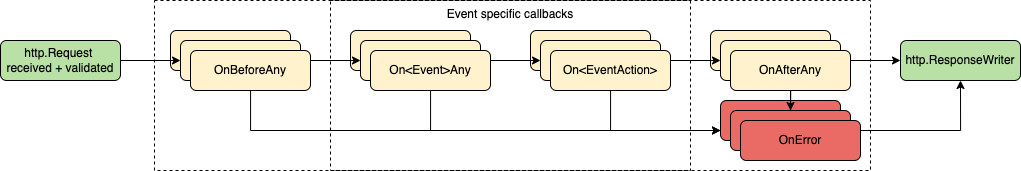
cbrgm/githubevents keeps this draw.io diagram as .img/execution_order.png. Above is the earlier version. Source tidied: cells renumbered, new cells last; positions are measured from the earlier drawing's top-left corner, leaving out a move shared by most shapes. Its diagram source:
```xml
<mxGraphModel>
  <root>
    <mxCell id="0" />
    <mxCell id="1" parent="0" />
    <mxCell id="2" style="rounded=0;whiteSpace=wrap;html=1;fillColor=none;dashed=1;" parent="1" vertex="1">
      <mxGeometry x="154" width="716" height="170" as="geometry" />
    </mxCell>
    <mxCell id="3" value="OnBeforeAny" style="rounded=1;whiteSpace=wrap;html=1;fontSize=12;glass=0;strokeWidth=1;shadow=0;fillColor=#FFF2CC;" parent="1" vertex="1">
      <mxGeometry x="710" y="30" width="120" height="40" as="geometry" />
    </mxCell>
    <mxCell id="4" value="OnBeforeAny" style="rounded=1;whiteSpace=wrap;html=1;fontSize=12;glass=0;strokeWidth=1;shadow=0;fillColor=#FFF2CC;" parent="1" vertex="1">
      <mxGeometry x="530" y="30" width="120" height="40" as="geometry" />
    </mxCell>
    <mxCell id="5" value="OnBeforeAny" style="rounded=1;whiteSpace=wrap;html=1;fontSize=12;glass=0;strokeWidth=1;shadow=0;fillColor=#FFF2CC;" parent="1" vertex="1">
      <mxGeometry x="350" y="30" width="120" height="40" as="geometry" />
    </mxCell>
    <mxCell id="6" value="OnBeforeAny" style="rounded=1;whiteSpace=wrap;html=1;fontSize=12;glass=0;strokeWidth=1;shadow=0;fillColor=#FFF2CC;" parent="1" vertex="1">
      <mxGeometry x="170" y="30" width="120" height="40" as="geometry" />
    </mxCell>
    <mxCell id="7" style="edgeStyle=orthogonalEdgeStyle;rounded=0;jettySize=auto;html=1;entryX=0;entryY=0.5;entryDx=0;entryDy=0;" parent="1" edge="1" source="8" target="10">
      <mxGeometry relative="1" as="geometry" />
    </mxCell>
    <mxCell id="8" value="http.Request &lt;br&gt;received + validated" style="rounded=1;whiteSpace=wrap;html=1;fontSize=12;glass=0;strokeWidth=1;shadow=0;fillColor=#B9E0A5;" parent="1" vertex="1">
      <mxGeometry y="40" width="120" height="40" as="geometry" />
    </mxCell>
    <mxCell id="9" style="edgeStyle=orthogonalEdgeStyle;rounded=0;jettySize=auto;html=1;entryX=0;entryY=0.5;entryDx=0;entryDy=0;" parent="1" edge="1" source="10" target="14">
      <mxGeometry relative="1" as="geometry" />
    </mxCell>
    <mxCell id="10" value="OnBeforeAny" style="rounded=1;whiteSpace=wrap;html=1;fontSize=12;glass=0;strokeWidth=1;shadow=0;fillColor=#FFF2CC;" parent="1" vertex="1">
      <mxGeometry x="180" y="40" width="120" height="40" as="geometry" />
    </mxCell>
    <mxCell id="11" style="edgeStyle=orthogonalEdgeStyle;rounded=0;jettySize=auto;html=1;entryX=0;entryY=0.5;entryDx=0;entryDy=0;" parent="1" edge="1" source="12" target="27">
      <mxGeometry relative="1" as="geometry">
        <Array as="points">
          <mxPoint x="250" y="130" />
        </Array>
      </mxGeometry>
    </mxCell>
    <mxCell id="12" value="OnBeforeAny" style="rounded=1;whiteSpace=wrap;html=1;fontSize=12;glass=0;strokeWidth=1;shadow=0;fillColor=#FFF2CC;" parent="1" vertex="1">
      <mxGeometry x="190" y="50" width="120" height="40" as="geometry" />
    </mxCell>
    <mxCell id="13" style="edgeStyle=orthogonalEdgeStyle;rounded=0;jettySize=auto;html=1;entryX=0;entryY=0.5;entryDx=0;entryDy=0;" parent="1" edge="1" source="14" target="18">
      <mxGeometry relative="1" as="geometry" />
    </mxCell>
    <mxCell id="14" value="OnBeforeAny" style="rounded=1;whiteSpace=wrap;html=1;fontSize=12;glass=0;strokeWidth=1;shadow=0;fillColor=#FFF2CC;" parent="1" vertex="1">
      <mxGeometry x="360" y="40" width="120" height="40" as="geometry" />
    </mxCell>
    <mxCell id="15" style="edgeStyle=orthogonalEdgeStyle;rounded=0;jettySize=auto;html=1;entryX=0;entryY=0.75;entryDx=0;entryDy=0;" parent="1" edge="1" source="16" target="23">
      <mxGeometry relative="1" as="geometry">
        <Array as="points">
          <mxPoint x="430" y="130" />
        </Array>
      </mxGeometry>
    </mxCell>
    <mxCell id="16" value="On&amp;lt;Event&amp;gt;Any" style="rounded=1;whiteSpace=wrap;html=1;fontSize=12;glass=0;strokeWidth=1;shadow=0;fillColor=#FFF2CC;" parent="1" vertex="1">
      <mxGeometry x="370" y="50" width="120" height="40" as="geometry" />
    </mxCell>
    <mxCell id="17" style="edgeStyle=orthogonalEdgeStyle;rounded=0;jettySize=auto;html=1;entryX=0;entryY=0.5;entryDx=0;entryDy=0;" parent="1" edge="1" source="18" target="22">
      <mxGeometry relative="1" as="geometry" />
    </mxCell>
    <mxCell id="18" value="OnBeforeAny" style="rounded=1;whiteSpace=wrap;html=1;fontSize=12;glass=0;strokeWidth=1;shadow=0;fillColor=#FFF2CC;" parent="1" vertex="1">
      <mxGeometry x="540" y="40" width="120" height="40" as="geometry" />
    </mxCell>
    <mxCell id="19" style="edgeStyle=orthogonalEdgeStyle;rounded=0;jettySize=auto;html=1;entryX=0;entryY=0.75;entryDx=0;entryDy=0;" parent="1" edge="1" source="20" target="23">
      <mxGeometry relative="1" as="geometry">
        <Array as="points">
          <mxPoint x="610" y="130" />
        </Array>
      </mxGeometry>
    </mxCell>
    <mxCell id="20" value="On&amp;lt;EventAction&amp;gt;" style="rounded=1;whiteSpace=wrap;html=1;fontSize=12;glass=0;strokeWidth=1;shadow=0;fillColor=#FFF2CC;" parent="1" vertex="1">
      <mxGeometry x="550" y="50" width="120" height="40" as="geometry" />
    </mxCell>
    <mxCell id="21" style="edgeStyle=orthogonalEdgeStyle;rounded=0;jettySize=auto;html=1;entryX=0;entryY=0.5;entryDx=0;entryDy=0;" parent="1" edge="1" source="22" target="29">
      <mxGeometry relative="1" as="geometry" />
    </mxCell>
    <mxCell id="22" value="OnBeforeAny" style="rounded=1;whiteSpace=wrap;html=1;fontSize=12;glass=0;strokeWidth=1;shadow=0;fillColor=#FFF2CC;" parent="1" vertex="1">
      <mxGeometry x="720" y="40" width="120" height="40" as="geometry" />
    </mxCell>
    <mxCell id="23" value="OnBeforeAny" style="rounded=1;whiteSpace=wrap;html=1;fontSize=12;glass=0;strokeWidth=1;shadow=0;fillColor=#EA6B66;" parent="1" vertex="1">
      <mxGeometry x="720" y="100" width="120" height="40" as="geometry" />
    </mxCell>
    <mxCell id="24" style="edgeStyle=orthogonalEdgeStyle;rounded=0;jettySize=auto;html=1;entryX=0.5;entryY=0;entryDx=0;entryDy=0;" parent="1" edge="1" source="25" target="27">
      <mxGeometry relative="1" as="geometry" />
    </mxCell>
    <mxCell id="25" value="OnAfterAny" style="rounded=1;whiteSpace=wrap;html=1;fontSize=12;glass=0;strokeWidth=1;shadow=0;fillColor=#FFF2CC;" parent="1" vertex="1">
      <mxGeometry x="730" y="50" width="120" height="40" as="geometry" />
    </mxCell>
    <mxCell id="26" style="edgeStyle=orthogonalEdgeStyle;rounded=0;jettySize=auto;html=1;entryX=0.5;entryY=1;entryDx=0;entryDy=0;" parent="1" edge="1" source="27" target="29">
      <mxGeometry relative="1" as="geometry" />
    </mxCell>
    <mxCell id="27" value="OnBeforeAny" style="rounded=1;whiteSpace=wrap;html=1;fontSize=12;glass=0;strokeWidth=1;shadow=0;fillColor=#EA6B66;" parent="1" vertex="1">
      <mxGeometry x="730" y="110" width="120" height="40" as="geometry" />
    </mxCell>
    <mxCell id="28" value="OnError" style="rounded=1;whiteSpace=wrap;html=1;fontSize=12;glass=0;strokeWidth=1;shadow=0;fillColor=#EA6B66;" parent="1" vertex="1">
      <mxGeometry x="740" y="120" width="120" height="40" as="geometry" />
    </mxCell>
    <mxCell id="29" value="http.ResponseWriter" style="rounded=1;whiteSpace=wrap;html=1;fontSize=12;glass=0;strokeWidth=1;shadow=0;fillColor=#B9E0A5;" parent="1" vertex="1">
      <mxGeometry x="900" y="40" width="120" height="40" as="geometry" />
    </mxCell>
    <mxCell id="30" value="Event specific callbacks" style="rounded=0;whiteSpace=wrap;html=1;fillColor=none;dashed=1;verticalAlign=top;" parent="1" vertex="1">
      <mxGeometry x="330" width="360" height="170" as="geometry" />
    </mxCell>
  </root>
</mxGraphModel>
```
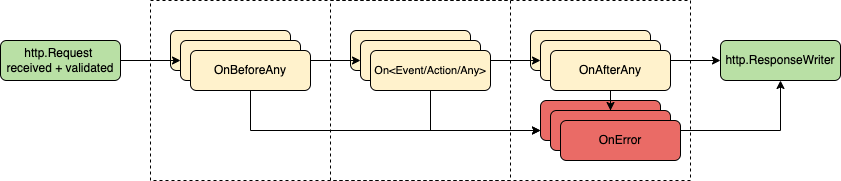
After the change.

The edit, as a diff of the source:
```diff
@@ -3,7 +3,7 @@
     <mxCell id="0" />
     <mxCell id="1" parent="0" />
     <mxCell id="2" style="rounded=0;whiteSpace=wrap;html=1;fillColor=none;dashed=1;" parent="1" vertex="1">
-      <mxGeometry x="154" width="716" height="170" as="geometry" />
+      <mxGeometry x="330" width="540" height="180" as="geometry" />
     </mxCell>
     <mxCell id="3" value="OnBeforeAny" style="rounded=1;whiteSpace=wrap;html=1;fontSize=12;glass=0;strokeWidth=1;shadow=0;fillColor=#FFF2CC;" parent="1" vertex="1">
       <mxGeometry x="710" y="30" width="120" height="40" as="geometry" />
@@ -11,50 +11,34 @@
     <mxCell id="4" value="OnBeforeAny" style="rounded=1;whiteSpace=wrap;html=1;fontSize=12;glass=0;strokeWidth=1;shadow=0;fillColor=#FFF2CC;" parent="1" vertex="1">
       <mxGeometry x="530" y="30" width="120" height="40" as="geometry" />
     </mxCell>
-    <mxCell id="5" value="OnBeforeAny" style="rounded=1;whiteSpace=wrap;html=1;fontSize=12;glass=0;strokeWidth=1;shadow=0;fillColor=#FFF2CC;" parent="1" vertex="1">
-      <mxGeometry x="350" y="30" width="120" height="40" as="geometry" />
-    </mxCell>
     <mxCell id="6" value="OnBeforeAny" style="rounded=1;whiteSpace=wrap;html=1;fontSize=12;glass=0;strokeWidth=1;shadow=0;fillColor=#FFF2CC;" parent="1" vertex="1">
-      <mxGeometry x="170" y="30" width="120" height="40" as="geometry" />
+      <mxGeometry x="350" y="30" width="120" height="40" as="geometry" />
     </mxCell>
     <mxCell id="7" style="edgeStyle=orthogonalEdgeStyle;rounded=0;jettySize=auto;html=1;entryX=0;entryY=0.5;entryDx=0;entryDy=0;" parent="1" edge="1" source="8" target="10">
       <mxGeometry relative="1" as="geometry" />
     </mxCell>
     <mxCell id="8" value="http.Request &lt;br&gt;received + validated" style="rounded=1;whiteSpace=wrap;html=1;fontSize=12;glass=0;strokeWidth=1;shadow=0;fillColor=#B9E0A5;" parent="1" vertex="1">
-      <mxGeometry y="40" width="120" height="40" as="geometry" />
+      <mxGeometry x="180" y="40" width="120" height="40" as="geometry" />
     </mxCell>
-    <mxCell id="9" style="edgeStyle=orthogonalEdgeStyle;rounded=0;jettySize=auto;html=1;entryX=0;entryY=0.5;entryDx=0;entryDy=0;" parent="1" edge="1" source="10" target="14">
-      <mxGeometry relative="1" as="geometry" />
+    <mxCell id="9" style="edgeStyle=orthogonalEdgeStyle;rounded=0;jettySize=auto;html=1;entryX=0;entryY=0.5;entryDx=0;entryDy=0;" parent="1" edge="1" source="10">
+      <mxGeometry relative="1" as="geometry">
+        <mxPoint x="540" y="60" as="targetPoint" />
+      </mxGeometry>
     </mxCell>
     <mxCell id="10" value="OnBeforeAny" style="rounded=1;whiteSpace=wrap;html=1;fontSize=12;glass=0;strokeWidth=1;shadow=0;fillColor=#FFF2CC;" parent="1" vertex="1">
-      <mxGeometry x="180" y="40" width="120" height="40" as="geometry" />
+      <mxGeometry x="360" y="40" width="120" height="40" as="geometry" />
     </mxCell>
-    <mxCell id="11" style="edgeStyle=orthogonalEdgeStyle;rounded=0;jettySize=auto;html=1;entryX=0;entryY=0.5;entryDx=0;entryDy=0;" parent="1" edge="1" source="12" target="27">
-      <mxGeometry relative="1" as="geometry">
-        <Array as="points">
-          <mxPoint x="250" y="130" />
-        </Array>
-      </mxGeometry>
-    </mxCell>
     <mxCell id="12" value="OnBeforeAny" style="rounded=1;whiteSpace=wrap;html=1;fontSize=12;glass=0;strokeWidth=1;shadow=0;fillColor=#FFF2CC;" parent="1" vertex="1">
-      <mxGeometry x="190" y="50" width="120" height="40" as="geometry" />
+      <mxGeometry x="370" y="50" width="120" height="40" as="geometry" />
     </mxCell>
-    <mxCell id="13" style="edgeStyle=orthogonalEdgeStyle;rounded=0;jettySize=auto;html=1;entryX=0;entryY=0.5;entryDx=0;entryDy=0;" parent="1" edge="1" source="14" target="18">
-      <mxGeometry relative="1" as="geometry" />
-    </mxCell>
-    <mxCell id="14" value="OnBeforeAny" style="rounded=1;whiteSpace=wrap;html=1;fontSize=12;glass=0;strokeWidth=1;shadow=0;fillColor=#FFF2CC;" parent="1" vertex="1">
-      <mxGeometry x="360" y="40" width="120" height="40" as="geometry" />
-    </mxCell>
-    <mxCell id="15" style="edgeStyle=orthogonalEdgeStyle;rounded=0;jettySize=auto;html=1;entryX=0;entryY=0.75;entryDx=0;entryDy=0;" parent="1" edge="1" source="16" target="23">
+    <mxCell id="15" style="edgeStyle=orthogonalEdgeStyle;rounded=0;jettySize=auto;html=1;entryX=0;entryY=0.75;entryDx=0;entryDy=0;" parent="1" edge="1" target="23">
       <mxGeometry relative="1" as="geometry">
+        <mxPoint x="430" y="90" as="sourcePoint" />
         <Array as="points">
           <mxPoint x="430" y="130" />
         </Array>
       </mxGeometry>
     </mxCell>
-    <mxCell id="16" value="On&amp;lt;Event&amp;gt;Any" style="rounded=1;whiteSpace=wrap;html=1;fontSize=12;glass=0;strokeWidth=1;shadow=0;fillColor=#FFF2CC;" parent="1" vertex="1">
-      <mxGeometry x="370" y="50" width="120" height="40" as="geometry" />
-    </mxCell>
     <mxCell id="17" style="edgeStyle=orthogonalEdgeStyle;rounded=0;jettySize=auto;html=1;entryX=0;entryY=0.5;entryDx=0;entryDy=0;" parent="1" edge="1" source="18" target="22">
       <mxGeometry relative="1" as="geometry" />
     </mxCell>
@@ -68,7 +52,7 @@
         </Array>
       </mxGeometry>
     </mxCell>
-    <mxCell id="20" value="On&amp;lt;EventAction&amp;gt;" style="rounded=1;whiteSpace=wrap;html=1;fontSize=12;glass=0;strokeWidth=1;shadow=0;fillColor=#FFF2CC;" parent="1" vertex="1">
+    <mxCell id="20" value="&lt;font style=&quot;font-size: 11px&quot;&gt;On&amp;lt;Event/Action/Any&amp;gt;&lt;/font&gt;" style="rounded=1;whiteSpace=wrap;html=1;fontSize=12;glass=0;strokeWidth=1;shadow=0;fillColor=#FFF2CC;" parent="1" vertex="1">
       <mxGeometry x="550" y="50" width="120" height="40" as="geometry" />
     </mxCell>
     <mxCell id="21" style="edgeStyle=orthogonalEdgeStyle;rounded=0;jettySize=auto;html=1;entryX=0;entryY=0.5;entryDx=0;entryDy=0;" parent="1" edge="1" source="22" target="29">
@@ -92,14 +76,14 @@
     <mxCell id="27" value="OnBeforeAny" style="rounded=1;whiteSpace=wrap;html=1;fontSize=12;glass=0;strokeWidth=1;shadow=0;fillColor=#EA6B66;" parent="1" vertex="1">
       <mxGeometry x="730" y="110" width="120" height="40" as="geometry" />
     </mxCell>
+    <mxCell id="30" style="rounded=0;whiteSpace=wrap;html=1;fillColor=none;dashed=1;verticalAlign=top;" parent="1" vertex="1">
+      <mxGeometry x="510" width="180" height="180" as="geometry" />
+    </mxCell>
     <mxCell id="28" value="OnError" style="rounded=1;whiteSpace=wrap;html=1;fontSize=12;glass=0;strokeWidth=1;shadow=0;fillColor=#EA6B66;" parent="1" vertex="1">
       <mxGeometry x="740" y="120" width="120" height="40" as="geometry" />
     </mxCell>
     <mxCell id="29" value="http.ResponseWriter" style="rounded=1;whiteSpace=wrap;html=1;fontSize=12;glass=0;strokeWidth=1;shadow=0;fillColor=#B9E0A5;" parent="1" vertex="1">
       <mxGeometry x="900" y="40" width="120" height="40" as="geometry" />
     </mxCell>
-    <mxCell id="30" value="Event specific callbacks" style="rounded=0;whiteSpace=wrap;html=1;fillColor=none;dashed=1;verticalAlign=top;" parent="1" vertex="1">
-      <mxGeometry x="330" width="360" height="170" as="geometry" />
-    </mxCell>
   </root>
 </mxGraphModel>
```
